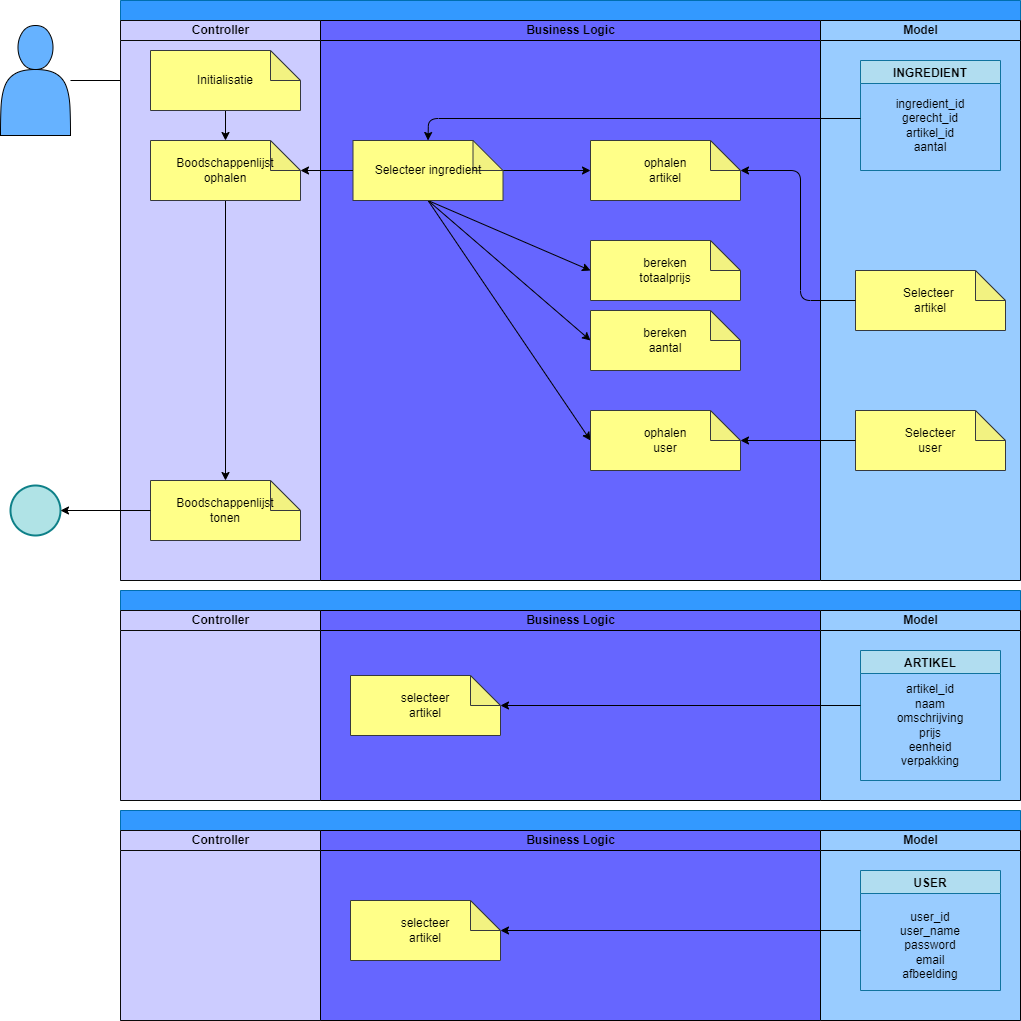
The draw.io diagram documents/design/ASD_boodschappenlijst.png in LiekeDeckers/educom-verrukkulluk, before a commit. Source tidied: cells renumbered, new cells last; positions are measured from the earlier drawing's top-left corner, leaving out a move shared by most shapes.
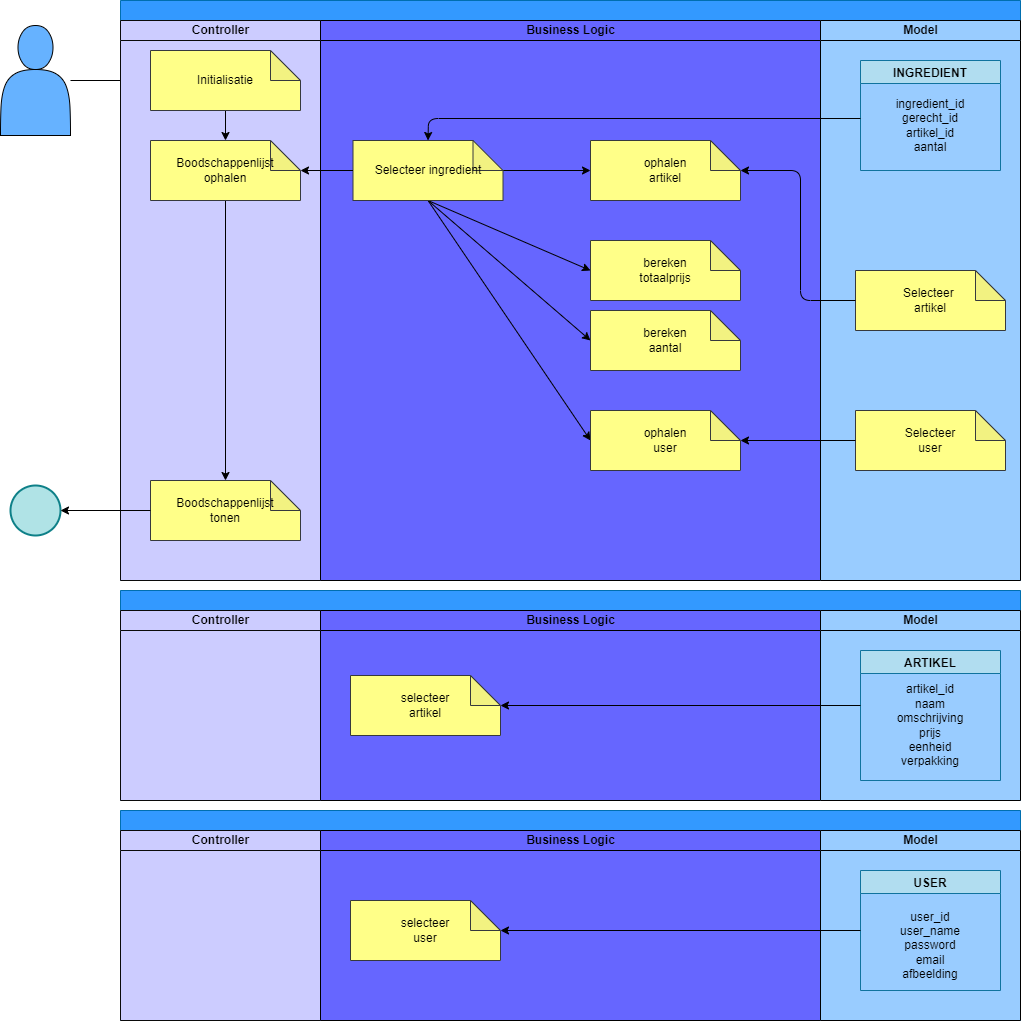
The same file after the commit.

Diff of the diagram source:
```diff
@@ -108,7 +108,7 @@
     <mxCell id="33" value="&lt;font color=&quot;#000000&quot;&gt;Business Logic&lt;/font&gt;" style="swimlane;startSize=20;html=1;fillColor=#6666FF;strokeColor=#000000;swimlaneFillColor=#6666FF;fontColor=#ffffff;" parent="31" vertex="1">
       <mxGeometry x="200" y="20" width="500" height="190" as="geometry" />
     </mxCell>
-    <mxCell id="34" value="&lt;font color=&quot;#000000&quot;&gt;selecteer&lt;br&gt;artikel&lt;/font&gt;" style="shape=note;whiteSpace=wrap;html=1;backgroundOutline=1;darkOpacity=0.05;strokeColor=#36393d;fillColor=#ffff88;" parent="33" vertex="1">
+    <mxCell id="34" value="&lt;font color=&quot;#000000&quot;&gt;selecteer&lt;br&gt;user&lt;/font&gt;" style="shape=note;whiteSpace=wrap;html=1;backgroundOutline=1;darkOpacity=0.05;strokeColor=#36393d;fillColor=#ffff88;" parent="33" vertex="1">
       <mxGeometry x="30" y="70" width="150" height="60" as="geometry" />
     </mxCell>
     <mxCell id="35" value="&lt;font color=&quot;#000000&quot;&gt;Model&lt;/font&gt;" style="swimlane;startSize=20;html=1;fillColor=#99CCFF;swimlaneFillColor=#99CCFF;strokeColor=#000000;" parent="31" vertex="1">
```
